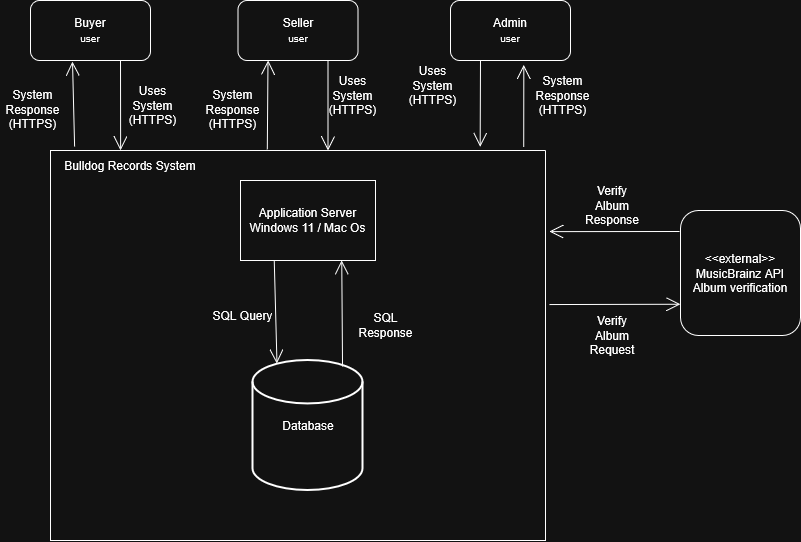
Above: ContextDiagram.png in Jason-Kng/Bulldog-Records (draw.io), before the change. Source tidied: cells renumbered, new cells last; positions are measured from the earlier drawing's top-left corner, leaving out a move shared by most shapes. The source it was exported from:
```xml
<mxGraphModel>
  <root>
    <mxCell id="0" />
    <mxCell id="1" parent="0" />
    <mxCell id="2" style="swimlane;startSize=0;" parent="1" vertex="1">
      <mxGeometry x="50" y="150" width="495" height="390" as="geometry" />
    </mxCell>
    <mxCell id="3" value="&lt;div&gt;Application Server&lt;/div&gt;Windows 11 / Mac Os" style="rounded=0;whiteSpace=wrap;html=1;" parent="2" vertex="1">
      <mxGeometry x="190" y="30" width="135" height="80" as="geometry" />
    </mxCell>
    <mxCell id="4" value="&lt;div&gt;Bulldog Records System&lt;/div&gt;" style="text;html=1;whiteSpace=wrap;strokeColor=none;fillColor=none;align=center;verticalAlign=middle;rounded=0;" parent="2" vertex="1">
      <mxGeometry x="-50" width="260" height="30" as="geometry" />
    </mxCell>
    <mxCell id="5" value="Database" style="strokeWidth=2;html=1;shape=mxgraph.flowchart.database;whiteSpace=wrap;" parent="2" vertex="1">
      <mxGeometry x="202.5" y="210" width="110" height="130" as="geometry" />
    </mxCell>
    <mxCell id="6" style="endArrow=open;endFill=1;endSize=12;html=1;rounded=0;exitX=0.25;exitY=1;exitDx=0;exitDy=0;entryX=0.218;entryY=0.023;entryDx=0;entryDy=0;entryPerimeter=0;" parent="2" edge="1" source="3" target="5">
      <mxGeometry relative="1" as="geometry" />
    </mxCell>
    <mxCell id="7" value="&lt;div&gt;SQL Query&lt;/div&gt;" style="text;html=1;whiteSpace=wrap;strokeColor=none;fillColor=none;align=center;verticalAlign=middle;rounded=0;" parent="2" vertex="1">
      <mxGeometry x="160" y="150" width="65" height="30" as="geometry" />
    </mxCell>
    <mxCell id="8" style="endArrow=open;endFill=1;endSize=12;html=1;rounded=0;exitX=0.814;exitY=0.046;exitDx=0;exitDy=0;exitPerimeter=0;entryX=0.75;entryY=1;entryDx=0;entryDy=0;" parent="2" edge="1" source="5" target="3">
      <mxGeometry relative="1" as="geometry" />
    </mxCell>
    <mxCell id="9" value="SQL Response" style="text;html=1;whiteSpace=wrap;strokeColor=none;fillColor=none;align=center;verticalAlign=middle;rounded=0;" parent="2" vertex="1">
      <mxGeometry x="303" y="160" width="65" height="30" as="geometry" />
    </mxCell>
    <mxCell id="10" value="&lt;div&gt;Admin&lt;/div&gt;&lt;div&gt;&lt;font size=&quot;1&quot;&gt;user&lt;/font&gt;&lt;/div&gt;" style="rounded=1;whiteSpace=wrap;html=1;" parent="1" vertex="1">
      <mxGeometry x="450" width="120" height="60" as="geometry" />
    </mxCell>
    <mxCell id="11" value="&lt;div&gt;Seller&lt;/div&gt;&lt;div&gt;&lt;font size=&quot;1&quot;&gt;user&lt;/font&gt;&lt;/div&gt;" style="rounded=1;whiteSpace=wrap;html=1;" parent="1" vertex="1">
      <mxGeometry x="237.5" width="120" height="60" as="geometry" />
    </mxCell>
    <mxCell id="12" value="&lt;div&gt;Buyer&lt;/div&gt;&lt;div&gt;&lt;font size=&quot;1&quot;&gt;user&lt;/font&gt;&lt;/div&gt;" style="rounded=1;whiteSpace=wrap;html=1;" parent="1" vertex="1">
      <mxGeometry x="30" width="120" height="60" as="geometry" />
    </mxCell>
    <mxCell id="13" style="endArrow=open;endFill=1;endSize=12;html=1;rounded=0;exitX=0.75;exitY=1;exitDx=0;exitDy=0;entryX=0.462;entryY=0;entryDx=0;entryDy=0;entryPerimeter=0;" parent="1" edge="1" source="12" target="4">
      <mxGeometry relative="1" as="geometry" />
    </mxCell>
    <mxCell id="14" style="endArrow=open;endFill=1;endSize=12;html=1;rounded=0;exitX=0.75;exitY=1;exitDx=0;exitDy=0;" parent="1" edge="1" source="11">
      <mxGeometry relative="1" as="geometry">
        <mxPoint x="327.5" y="150" as="targetPoint" />
      </mxGeometry>
    </mxCell>
    <mxCell id="15" style="endArrow=open;endFill=1;endSize=12;html=1;rounded=0;exitX=0.25;exitY=1;exitDx=0;exitDy=0;entryX=0.868;entryY=-0.009;entryDx=0;entryDy=0;entryPerimeter=0;" parent="1" edge="1" source="10" target="2">
      <mxGeometry relative="1" as="geometry" />
    </mxCell>
    <mxCell id="16" value="&lt;div&gt;Uses System&lt;/div&gt;&lt;div&gt;(HTTPS)&lt;/div&gt;" style="text;html=1;whiteSpace=wrap;strokeColor=none;fillColor=none;align=center;verticalAlign=middle;rounded=0;" parent="1" vertex="1">
      <mxGeometry x="120" y="90" width="65" height="30" as="geometry" />
    </mxCell>
    <mxCell id="17" value="&lt;div&gt;Uses System&lt;/div&gt;(HTTPS)" style="text;html=1;whiteSpace=wrap;strokeColor=none;fillColor=none;align=center;verticalAlign=middle;rounded=0;" parent="1" vertex="1">
      <mxGeometry x="400" y="70" width="65" height="30" as="geometry" />
    </mxCell>
    <mxCell id="18" value="&lt;div&gt;Uses System&lt;/div&gt;(HTTPS)" style="text;html=1;whiteSpace=wrap;strokeColor=none;fillColor=none;align=center;verticalAlign=middle;rounded=0;" parent="1" vertex="1">
      <mxGeometry x="320" y="80" width="65" height="30" as="geometry" />
    </mxCell>
    <mxCell id="19" value="&lt;div&gt;&amp;lt;&amp;lt;external&amp;gt;&amp;gt;&lt;/div&gt;&lt;div&gt;MusicBrainz API&lt;/div&gt;&lt;div&gt;Album verification&lt;/div&gt;" style="rounded=1;whiteSpace=wrap;html=1;" parent="1" vertex="1">
      <mxGeometry x="680" y="210" width="120" height="125" as="geometry" />
    </mxCell>
    <mxCell id="20" style="endArrow=open;endFill=1;endSize=12;html=1;rounded=0;exitX=-0.008;exitY=0.168;exitDx=0;exitDy=0;entryX=1.008;entryY=0.208;entryDx=0;entryDy=0;exitPerimeter=0;entryPerimeter=0;" parent="1" edge="1" source="19" target="2">
      <mxGeometry relative="1" as="geometry" />
    </mxCell>
    <mxCell id="21" value="&lt;div&gt;Verify Album&lt;/div&gt;&lt;div&gt;Response&lt;/div&gt;" style="text;html=1;whiteSpace=wrap;strokeColor=none;fillColor=none;align=center;verticalAlign=middle;rounded=0;" parent="1" vertex="1">
      <mxGeometry x="582" y="190" width="60" height="30" as="geometry" />
    </mxCell>
    <mxCell id="22" style="endArrow=open;endFill=1;endSize=12;html=1;rounded=0;exitX=1.008;exitY=0.395;exitDx=0;exitDy=0;entryX=0;entryY=0.75;entryDx=0;entryDy=0;exitPerimeter=0;" parent="1" edge="1" source="2" target="19">
      <mxGeometry relative="1" as="geometry" />
    </mxCell>
    <mxCell id="23" value="&lt;div&gt;Verify Album&lt;/div&gt;&lt;div&gt;Request&lt;/div&gt;" style="text;html=1;whiteSpace=wrap;strokeColor=none;fillColor=none;align=center;verticalAlign=middle;rounded=0;" parent="1" vertex="1">
      <mxGeometry x="582" y="320" width="60" height="30" as="geometry" />
    </mxCell>
    <mxCell id="24" style="endArrow=open;endFill=1;endSize=12;html=1;rounded=0;exitX=0.285;exitY=-0.133;exitDx=0;exitDy=0;entryX=0.35;entryY=1.017;entryDx=0;entryDy=0;entryPerimeter=0;exitPerimeter=0;" parent="1" edge="1" source="4" target="12">
      <mxGeometry relative="1" as="geometry" />
    </mxCell>
    <mxCell id="25" value="&lt;div&gt;System Response&lt;/div&gt;&lt;div&gt;(HTTPS)&lt;/div&gt;" style="text;html=1;whiteSpace=wrap;strokeColor=none;fillColor=none;align=center;verticalAlign=middle;rounded=0;" parent="1" vertex="1">
      <mxGeometry y="94" width="65" height="30" as="geometry" />
    </mxCell>
    <mxCell id="26" value="&lt;div&gt;System Response&lt;/div&gt;&lt;div&gt;(HTTPS)&lt;/div&gt;" style="text;html=1;whiteSpace=wrap;strokeColor=none;fillColor=none;align=center;verticalAlign=middle;rounded=0;" parent="1" vertex="1">
      <mxGeometry x="530" y="80" width="65" height="30" as="geometry" />
    </mxCell>
    <mxCell id="27" value="&lt;div&gt;System Response&lt;/div&gt;&lt;div&gt;(HTTPS)&lt;/div&gt;" style="text;html=1;whiteSpace=wrap;strokeColor=none;fillColor=none;align=center;verticalAlign=middle;rounded=0;" parent="1" vertex="1">
      <mxGeometry x="200" y="94" width="65" height="30" as="geometry" />
    </mxCell>
    <mxCell id="28" style="endArrow=open;endFill=1;endSize=12;html=1;rounded=0;exitX=0.956;exitY=-0.009;exitDx=0;exitDy=0;exitPerimeter=0;entryX=0.611;entryY=1.071;entryDx=0;entryDy=0;entryPerimeter=0;" parent="1" edge="1" source="2" target="10">
      <mxGeometry relative="1" as="geometry" />
    </mxCell>
    <mxCell id="29" style="endArrow=open;endFill=1;endSize=12;html=1;rounded=0;exitX=0.438;exitY=-0.003;exitDx=0;exitDy=0;exitPerimeter=0;entryX=0.25;entryY=1;entryDx=0;entryDy=0;" parent="1" edge="1" source="2" target="11">
      <mxGeometry relative="1" as="geometry" />
    </mxCell>
  </root>
</mxGraphModel>
```
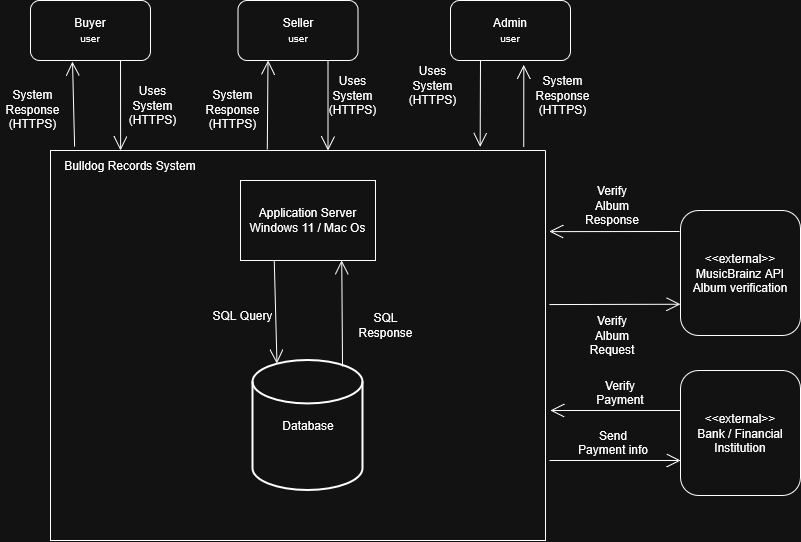
After the change.

Commit message:
fixed context diagram

The edit, as a diff of the source:
```diff
@@ -88,5 +88,26 @@
     <mxCell id="29" style="endArrow=open;endFill=1;endSize=12;html=1;rounded=0;exitX=0.438;exitY=-0.003;exitDx=0;exitDy=0;exitPerimeter=0;entryX=0.25;entryY=1;entryDx=0;entryDy=0;" parent="1" edge="1" source="2" target="11">
       <mxGeometry relative="1" as="geometry" />
     </mxCell>
+    <mxCell id="30" value="&lt;div&gt;&amp;lt;&amp;lt;external&amp;gt;&amp;gt;&lt;/div&gt;&lt;div&gt;Bank / Financial Institution&lt;/div&gt;" style="rounded=1;whiteSpace=wrap;html=1;" parent="1" vertex="1">
+      <mxGeometry x="680" y="370" width="120" height="125" as="geometry" />
+    </mxCell>
+    <mxCell id="31" style="endArrow=open;endFill=1;endSize=12;html=1;rounded=0;exitX=1.008;exitY=0.395;exitDx=0;exitDy=0;entryX=0;entryY=0.75;entryDx=0;entryDy=0;exitPerimeter=0;" parent="1" edge="1">
+      <mxGeometry relative="1" as="geometry">
+        <mxPoint x="549" y="460" as="sourcePoint" />
+        <mxPoint x="680" y="460" as="targetPoint" />
+      </mxGeometry>
+    </mxCell>
+    <mxCell id="32" style="endArrow=open;endFill=1;endSize=12;html=1;rounded=0;exitX=-0.008;exitY=0.168;exitDx=0;exitDy=0;entryX=1.008;entryY=0.208;entryDx=0;entryDy=0;exitPerimeter=0;entryPerimeter=0;" parent="1" edge="1">
+      <mxGeometry relative="1" as="geometry">
+        <mxPoint x="680" y="410" as="sourcePoint" />
+        <mxPoint x="550" y="410" as="targetPoint" />
+      </mxGeometry>
+    </mxCell>
+    <mxCell id="33" value="&lt;br&gt;&lt;div&gt;Verify Payment&lt;/div&gt;" style="text;html=1;whiteSpace=wrap;strokeColor=none;fillColor=none;align=center;verticalAlign=middle;rounded=0;" parent="1" vertex="1">
+      <mxGeometry x="590" y="370" width="60" height="30" as="geometry" />
+    </mxCell>
+    <mxCell id="34" value="&lt;br&gt;&lt;div&gt;Send Payment info&lt;/div&gt;" style="text;html=1;whiteSpace=wrap;strokeColor=none;fillColor=none;align=center;verticalAlign=middle;rounded=0;" parent="1" vertex="1">
+      <mxGeometry x="573" y="420" width="79.5" height="30" as="geometry" />
+    </mxCell>
   </root>
 </mxGraphModel>
```
